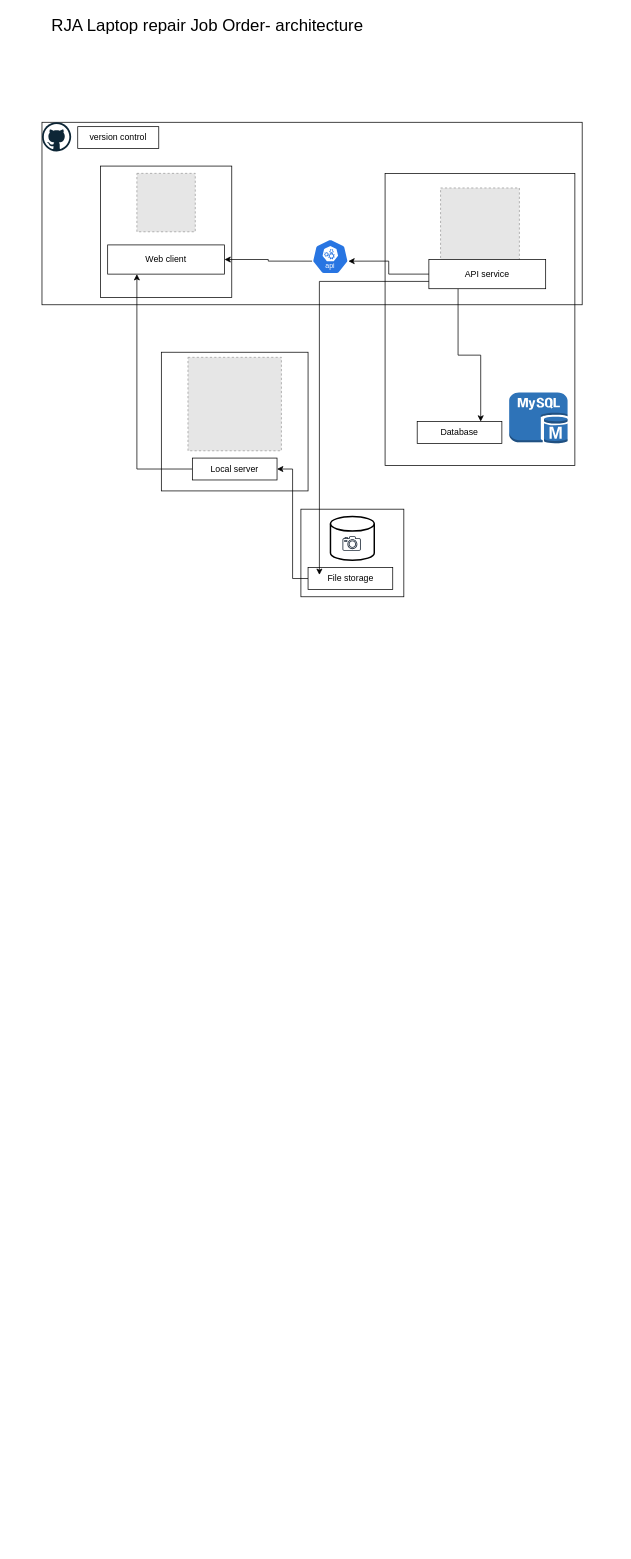
Before: Untitled Diagram.drawio in tehnczon/laptop_repair_joborder, a draw.io diagram. Source tidied: cells renumbered, new cells numbered last; positions are measured from the earlier drawing's top-left corner, leaving out a move shared by most shapes. Both pictures are drawn from the tidied source at 73%, with x=0, y=0 at pixel (12, 12). Pictures stored in the file or linked from it are replaced by grey dashed boxes.
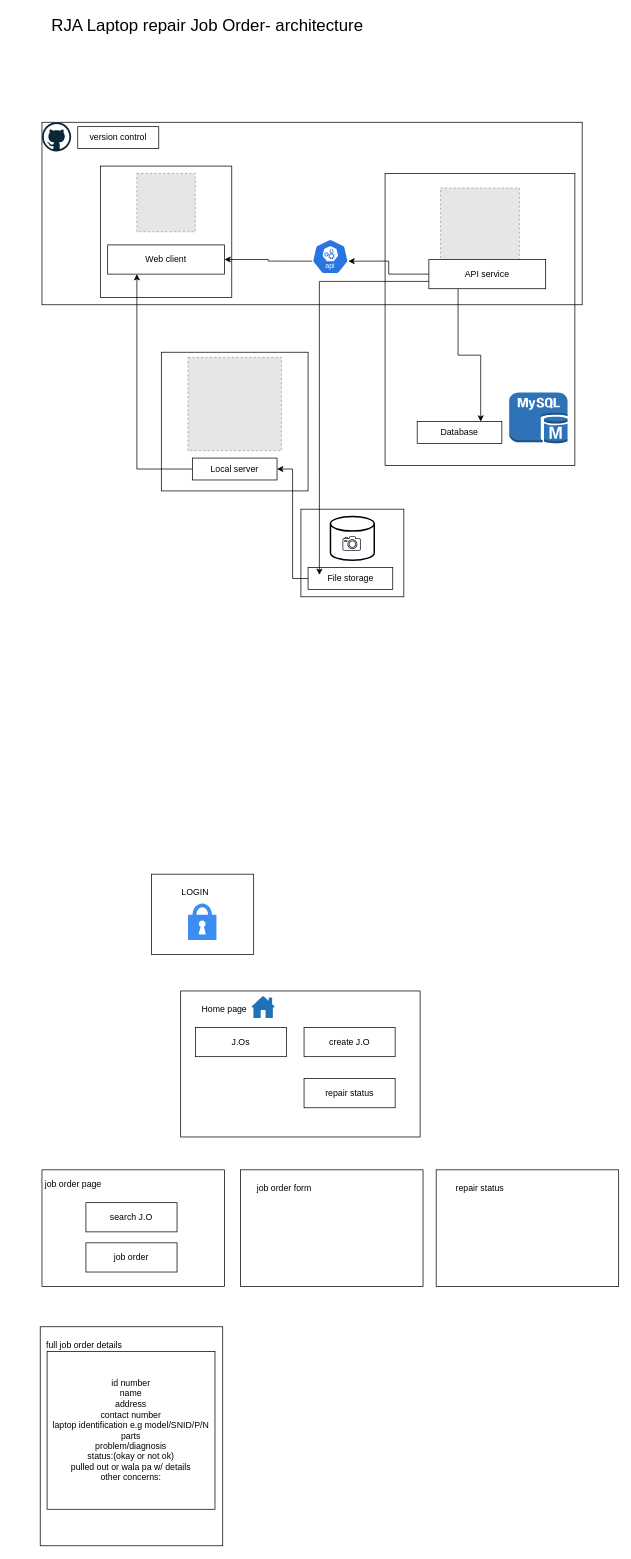
The same diagram, later.

What changed in the source:
```diff
@@
+    <mxCell id="28" style="rounded=0;whiteSpace=wrap;html=1;fillColor=none;" parent="1" vertex="1">
+      <mxGeometry x="40" y="1585" width="250" height="160" as="geometry" />
+    </mxCell>
+    <mxCell id="29" style="rounded=0;whiteSpace=wrap;html=1;fillColor=none;" parent="1" vertex="1">
+      <mxGeometry x="230" y="1340" width="328" height="200" as="geometry" />
+    </mxCell>
@@
+    <mxCell id="30" style="rounded=0;whiteSpace=wrap;html=1;fillColor=none;" parent="1" vertex="1">
+      <mxGeometry x="190" y="1180" width="140" height="110" as="geometry" />
+    </mxCell>
+    <mxCell id="31" value="LOGIN" style="rounded=0;whiteSpace=wrap;html=1;strokeColor=none;fillColor=none;" parent="1" vertex="1">
+      <mxGeometry x="190" y="1180" width="120" height="50" as="geometry" />
+    </mxCell>
+    <mxCell id="32" value="Home page" style="rounded=0;whiteSpace=wrap;html=1;strokeColor=none;fillColor=none;" parent="1" vertex="1">
+      <mxGeometry x="230" y="1340" width="120" height="50" as="geometry" />
+    </mxCell>
+    <mxCell id="33" value="create J.O" style="rounded=0;whiteSpace=wrap;html=1;fillColor=none;" parent="1" vertex="1">
+      <mxGeometry x="399" y="1390" width="124.8" height="40" as="geometry" />
+    </mxCell>
+    <mxCell id="34" value="J.Os" style="rounded=0;whiteSpace=wrap;html=1;fillColor=none;" parent="1" vertex="1">
+      <mxGeometry x="250.3" y="1390" width="124.8" height="40" as="geometry" />
+    </mxCell>
+    <mxCell id="35" value="repair status" style="rounded=0;whiteSpace=wrap;html=1;fillColor=none;" parent="1" vertex="1">
+      <mxGeometry x="399" y="1460" width="124.8" height="40" as="geometry" />
+    </mxCell>
+    <mxCell id="36" style="sketch=0;html=1;strokeColor=none;shadow=0;fillColor=#3B8DF1;verticalAlign=top;labelPosition=center;verticalLabelPosition=bottom;shape=mxgraph.gcp2.lock;" parent="1" vertex="1">
+      <mxGeometry x="240" y="1220" width="39" height="50" as="geometry" />
+    </mxCell>
+    <mxCell id="37" style="sketch=0;shadow=0;dashed=0;html=1;strokeColor=none;labelPosition=center;verticalLabelPosition=bottom;verticalAlign=top;align=center;shape=mxgraph.office.concepts.home;fillColor=#2072B8;" parent="1" vertex="1">
+      <mxGeometry x="327" y="1347" width="32" height="30" as="geometry" />
+    </mxCell>
+    <mxCell id="38" value="search J.O" style="rounded=0;whiteSpace=wrap;html=1;fillColor=none;" parent="1" vertex="1">
+      <mxGeometry x="100.2" y="1630" width="124.8" height="40" as="geometry" />
+    </mxCell>
+    <mxCell id="39" value="job order page" style="rounded=0;whiteSpace=wrap;html=1;strokeColor=none;fillColor=none;" parent="1" vertex="1">
+      <mxGeometry x="23" y="1580" width="120" height="50" as="geometry" />
+    </mxCell>
+    <mxCell id="40" value="job order" style="rounded=0;whiteSpace=wrap;html=1;fillColor=none;" parent="1" vertex="1">
+      <mxGeometry x="100.2" y="1685" width="124.8" height="40" as="geometry" />
+    </mxCell>
+    <mxCell id="41" style="rounded=0;whiteSpace=wrap;html=1;fillColor=none;" parent="1" vertex="1">
+      <mxGeometry x="312" y="1585" width="250" height="160" as="geometry" />
+    </mxCell>
+    <mxCell id="42" value="job order form" style="rounded=0;whiteSpace=wrap;html=1;strokeColor=none;fillColor=none;" parent="1" vertex="1">
+      <mxGeometry x="312" y="1585" width="120" height="50" as="geometry" />
+    </mxCell>
+    <mxCell id="43" style="rounded=0;whiteSpace=wrap;html=1;fillColor=none;" parent="1" vertex="1">
+      <mxGeometry x="580" y="1585" width="250" height="160" as="geometry" />
+    </mxCell>
+    <mxCell id="44" value="repair status" style="rounded=0;whiteSpace=wrap;html=1;strokeColor=none;fillColor=none;" parent="1" vertex="1">
+      <mxGeometry x="580" y="1585" width="120" height="50" as="geometry" />
+    </mxCell>
+    <mxCell id="45" style="rounded=0;whiteSpace=wrap;html=1;fillColor=none;" parent="1" vertex="1">
+      <mxGeometry x="37.6" y="1800" width="250" height="300" as="geometry" />
+    </mxCell>
+    <mxCell id="46" value="full job order details" style="rounded=0;whiteSpace=wrap;html=1;strokeColor=none;fillColor=none;" parent="1" vertex="1">
+      <mxGeometry x="37.6" y="1800" width="120" height="50" as="geometry" />
+    </mxCell>
+    <mxCell id="47" value="&lt;div&gt;id number&lt;/div&gt;name&lt;div&gt;address&lt;/div&gt;&lt;div&gt;contact number&lt;/div&gt;&lt;div&gt;laptop identification e.g model/SNID/P/N&lt;br&gt;&lt;div&gt;parts&lt;/div&gt;&lt;div&gt;problem/diagnosis&lt;/div&gt;&lt;div&gt;status:(okay or not ok)&lt;/div&gt;&lt;div&gt;pulled out or wala pa w/ details&lt;/div&gt;&lt;/div&gt;&lt;div&gt;other concerns:&lt;/div&gt;" style="rounded=0;whiteSpace=wrap;html=1;" parent="1" vertex="1">
+      <mxGeometry x="47" y="1834" width="230" height="216" as="geometry" />
+    </mxCell>
```
